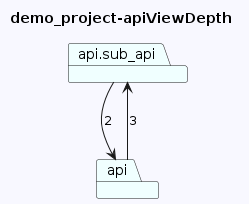
mathiasbk1/archlens_test keeps this PlantUML diagram as diagrams/demo_project-apiViewDepth.png. Above is the earlier version. Source of this version:
```plantuml
@startuml
skinparam backgroundColor GhostWhite
title demo_project-apiViewDepth
package "api.sub_api" #Azure
package "api" #Azure
"api.sub_api"-->"api"  : 2
"api"-->"api.sub_api"  : 3
@enduml
```
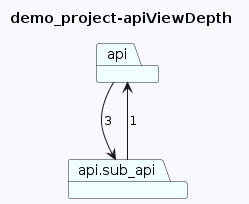
The same diagram one commit later.

Diff of the diagram source:
```diff
@@ -1,8 +1,8 @@
 @startuml
 skinparam backgroundColor GhostWhite
 title demo_project-apiViewDepth
+package "api" #Azure
 package "api.sub_api" #Azure
-package "api" #Azure
-"api.sub_api"-->"api"  : 2
 "api"-->"api.sub_api"  : 3
+"api.sub_api"-->"api"  : 1
 @enduml
```
